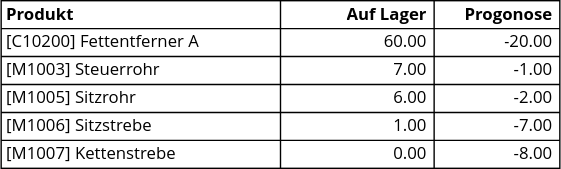
Earlier version of the draw.io export assets/Best Practice Replenishment Schritt 1.svg (Mint-System/Odoo-Wiki). Source tidied: cells renumbered, new cells last; positions are measured from the earlier drawing's top-left corner, leaving out a move shared by most shapes.
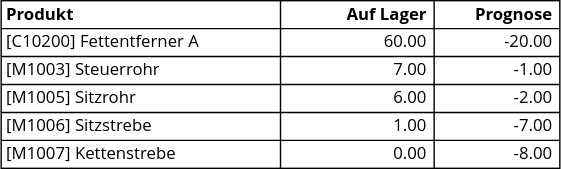
After the change.

Commit message:
best practice

Change to the diagram source:
```diff
@@ -14,7 +14,7 @@
     <mxCell id="5" value="&lt;b&gt;Auf Lager&lt;/b&gt;" style="shape=partialRectangle;html=1;whiteSpace=wrap;fillColor=none;top=0;left=0;bottom=0;right=0;overflow=hidden;fontFamily=Open Sans;spacingLeft=2;align=right;spacingRight=3;" parent="3" vertex="1">
       <mxGeometry x="200" width="110" height="20" as="geometry" />
     </mxCell>
-    <mxCell id="6" value="Progonose" style="shape=partialRectangle;html=1;whiteSpace=wrap;fillColor=none;top=0;left=0;bottom=0;right=0;overflow=hidden;fontFamily=Open Sans;spacingLeft=2;align=right;spacingRight=3;fontStyle=1;" parent="3" vertex="1">
+    <mxCell id="6" value="Prognose" style="shape=partialRectangle;html=1;whiteSpace=wrap;fillColor=none;top=0;left=0;bottom=0;right=0;overflow=hidden;fontFamily=Open Sans;spacingLeft=2;align=right;spacingRight=3;fontStyle=1;" parent="3" vertex="1">
       <mxGeometry x="310" width="90" height="20" as="geometry" />
     </mxCell>
     <mxCell id="7" style="shape=partialRectangle;html=1;whiteSpace=wrap;fillColor=none;top=0;left=0;bottom=0;right=0;fontFamily=Open Sans;spacingLeft=2;align=center;fontColor=#97D077;" parent="2" vertex="1">
```
